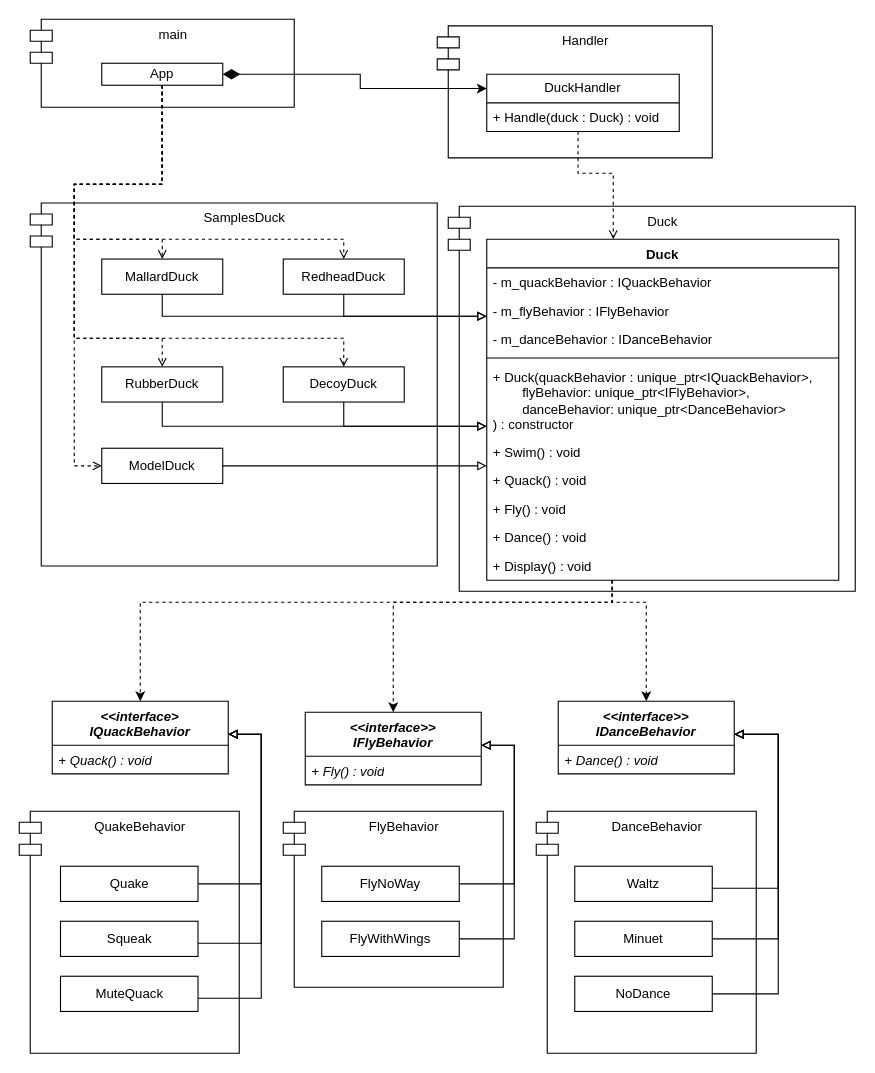
ProstP/OOD keeps this draw.io diagram as lw1/1/Ducks.drawio. Above is the earlier version. Source tidied: cells renumbered, new cells numbered last; positions are measured from the earlier drawing's top-left corner, leaving out a move shared by most shapes. Both pictures are drawn from the tidied source at 110%, with x=0, y=0 at pixel (19, 19).
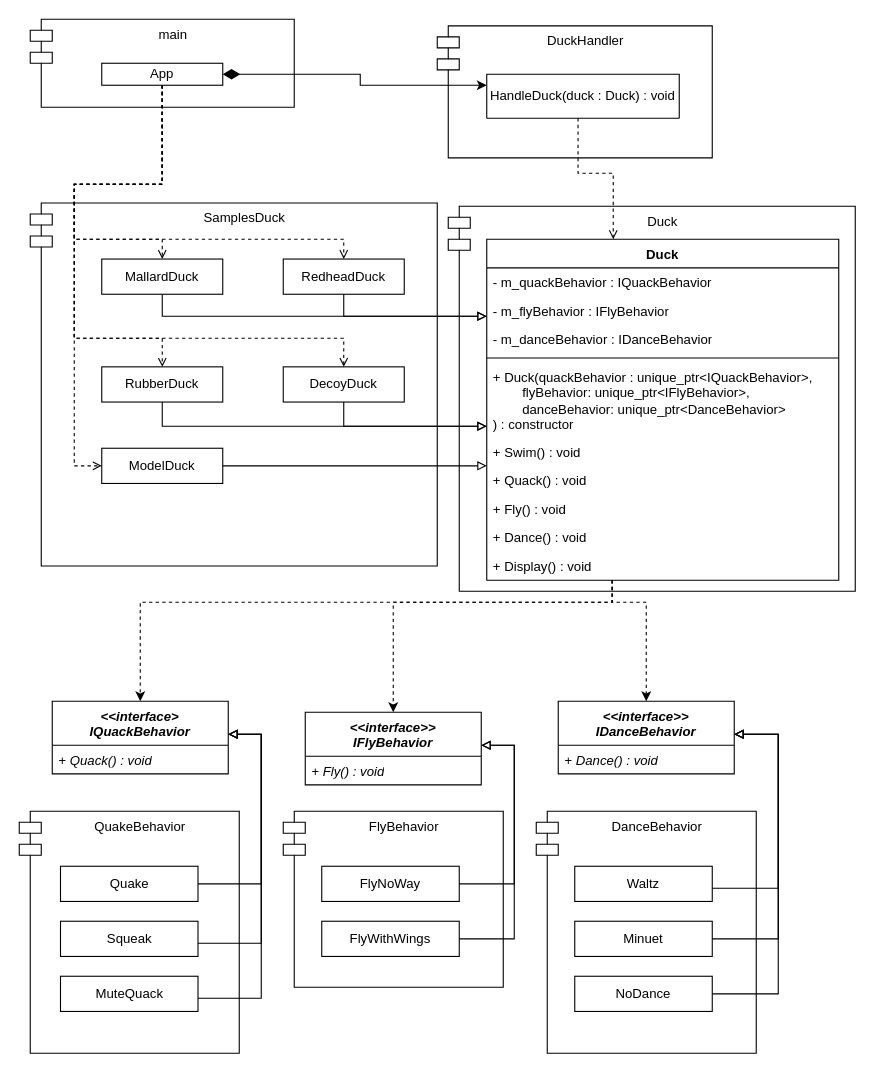
The same diagram, later.

Commit message:
Поправил диаграмму

What changed in the source:
```diff
@@
-    <mxCell id="5" value="Handler" style="shape=module;align=left;spacingLeft=20;align=center;verticalAlign=top;whiteSpace=wrap;html=1;" parent="1" vertex="1">
+    <mxCell id="5" value="DuckHandler" style="shape=module;align=left;spacingLeft=20;align=center;verticalAlign=top;whiteSpace=wrap;html=1;" parent="1" vertex="1">
       <mxGeometry x="380" y="6" width="250" height="120" as="geometry" />
     </mxCell>
-    <mxCell id="6" value="DuckHandler" style="swimlane;fontStyle=0;horizontal=1;startSize=26;fillColor=none;whiteSpace=wrap;html=1;" parent="1" vertex="1">
-      <mxGeometry x="425" y="50" width="175" height="52" as="geometry" />
+    <mxCell id="6" value="&lt;span style=&quot;text-align: left;&quot;&gt;HandleDuck(duck : Duck) : void&lt;/span&gt;" style="swimlane;fontStyle=0;horizontal=1;startSize=50;fillColor=none;whiteSpace=wrap;html=1;" parent="1" vertex="1">
+      <mxGeometry x="425" y="50" width="175" height="40" as="geometry" />
     </mxCell>
-    <mxCell id="7" value="+ Handle(duck : Duck) : void" style="text;strokeColor=none;fillColor=none;align=left;verticalAlign=top;spacingLeft=4;spacingRight=4;overflow=hidden;whiteSpace=wrap;html=1;" parent="6" vertex="1">
-      <mxGeometry y="26" width="175" height="26" as="geometry" />
-    </mxCell>
```
